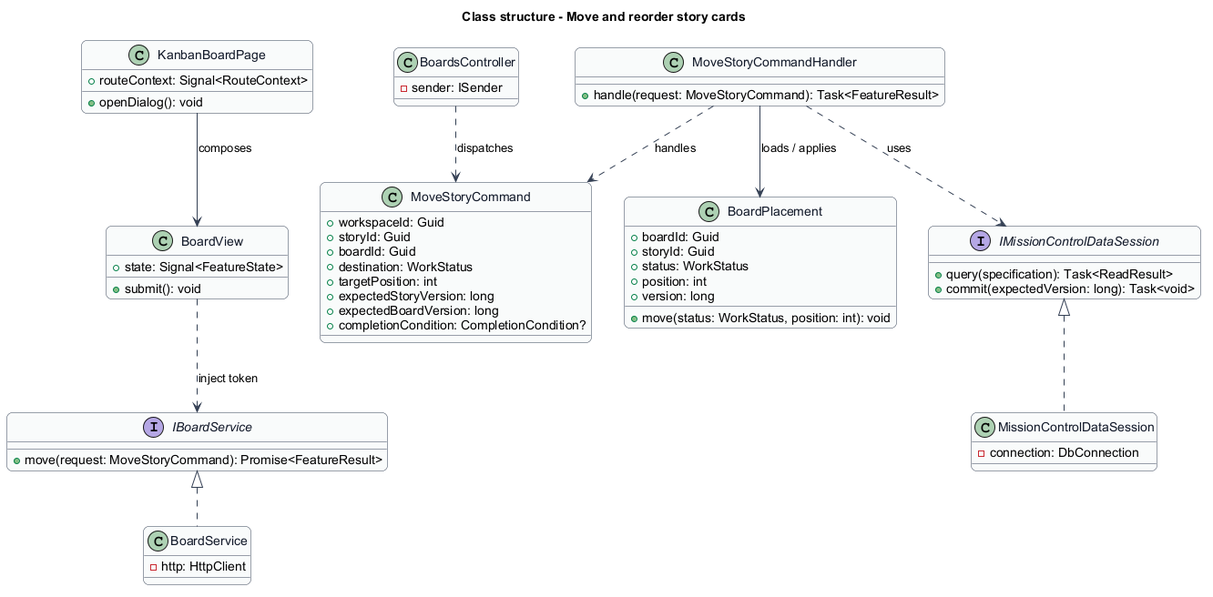
QuinntyneBrown/mission-control keeps this PlantUML diagram as docs/detailed-designs/kanban/move-story-cards/diagrams/class-structure.png. Above is the earlier version.
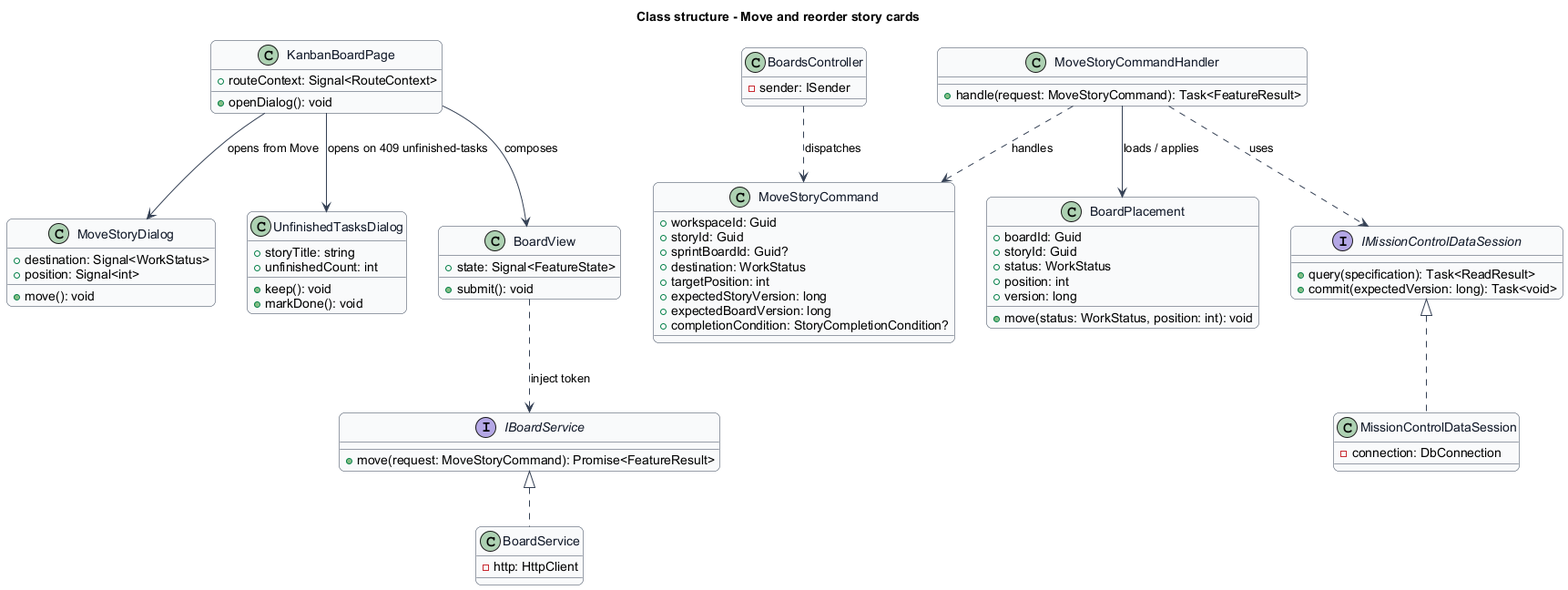
The same diagram one commit later.

Change to the diagram source:
```diff
@@ -22,6 +22,17 @@
 class KanbanBoardPage {
   +routeContext: Signal<RouteContext>
   +openDialog(): void
+}
+class MoveStoryDialog {
+  +destination: Signal<WorkStatus>
+  +position: Signal<int>
+  +move(): void
+}
+class UnfinishedTasksDialog {
+  +storyTitle: string
+  +unfinishedCount: int
+  +keep(): void
+  +markDone(): void
 }
 class BoardView {
   +state: Signal<FeatureState>
@@ -52,18 +63,20 @@
   -connection: DbConnection
 }
 KanbanBoardPage --> BoardView : composes
+KanbanBoardPage --> MoveStoryDialog : opens from Move
+KanbanBoardPage --> UnfinishedTasksDialog : opens on 409 unfinished-tasks
 BoardView ..> IBoardService : inject token
 IBoardService <|.. BoardService
 IMissionControlDataSession <|.. MissionControlDataSession
 class MoveStoryCommand {
   +workspaceId: Guid
   +storyId: Guid
-  +boardId: Guid
+  +sprintBoardId: Guid?
   +destination: WorkStatus
   +targetPosition: int
   +expectedStoryVersion: long
   +expectedBoardVersion: long
-  +completionCondition: CompletionCondition?
+  +completionCondition: StoryCompletionCondition?
 }
 class MoveStoryCommandHandler {
   +handle(request: MoveStoryCommand): Task<FeatureResult>
```
